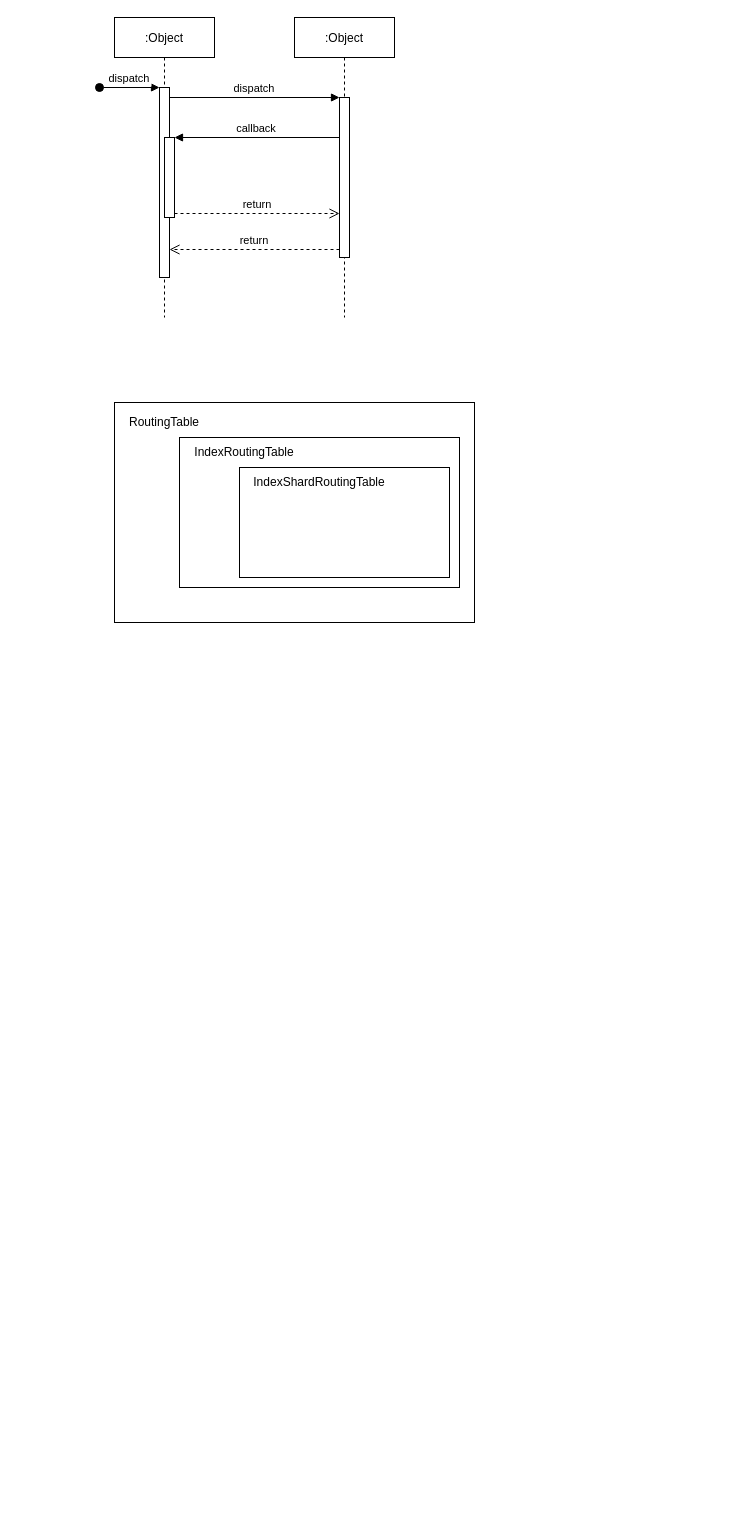
kingskipper/design keeps this draw.io diagram as elasticsearch/meta/meta_raw.drawio. Above is the earlier version. Source tidied: cells renumbered, new cells numbered last; positions are measured from the earlier drawing's top-left corner, leaving out a move shared by most shapes. Both pictures are drawn from the tidied source at 100%, with x=0, y=0 at pixel (99, 17).
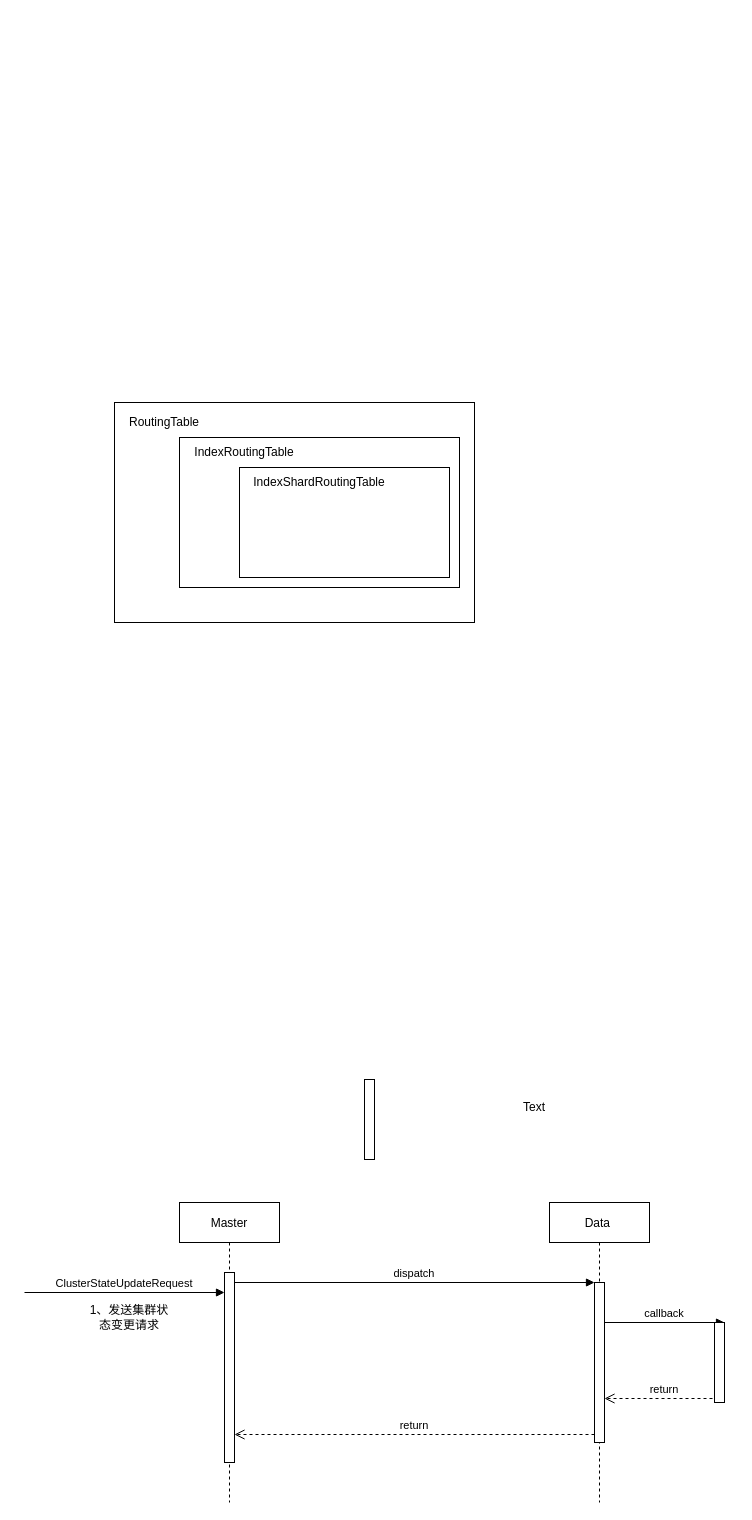
After the change.

Unchanged cells that the change refers to:
```xml
<mxCell id="3" style="points=[];perimeter=orthogonalPerimeter;rounded=0;shadow=0;strokeWidth=1;" parent="2" vertex="1">
  <mxGeometry x="45" y="70" width="10" height="190" as="geometry" />
</mxCell>
```

Diff of the diagram source:
```diff
@@
-    <mxCell id="2" value=":Object" style="shape=umlLifeline;perimeter=lifelinePerimeter;rounded=0;shadow=0;strokeWidth=1;" parent="1" vertex="1">
-      <mxGeometry x="15" width="100" height="300" as="geometry" />
+    <mxCell id="2" value="Master" style="shape=umlLifeline;perimeter=lifelinePerimeter;rounded=0;shadow=0;strokeWidth=1;" parent="1" vertex="1">
+      <mxGeometry x="80" y="1185" width="100" height="300" as="geometry" />
     </mxCell>
@@
-    <mxCell id="4" value="dispatch" style="verticalAlign=bottom;startArrow=oval;endArrow=block;startSize=8;shadow=0;strokeWidth=1;" parent="2" edge="1" target="3">
-      <mxGeometry relative="1" as="geometry">
-        <mxPoint x="-15" y="70" as="sourcePoint" />
-      </mxGeometry>
-    </mxCell>
-    <mxCell id="5" style="points=[];perimeter=orthogonalPerimeter;rounded=0;shadow=0;strokeWidth=1;" parent="2" vertex="1">
-      <mxGeometry x="50" y="120" width="10" height="80" as="geometry" />
-    </mxCell>
-    <mxCell id="6" value=":Object" style="shape=umlLifeline;perimeter=lifelinePerimeter;rounded=0;shadow=0;strokeWidth=1;" parent="1" vertex="1">
-      <mxGeometry x="195" width="100" height="300" as="geometry" />
+    <mxCell id="6" value="Data " style="shape=umlLifeline;perimeter=lifelinePerimeter;rounded=0;shadow=0;strokeWidth=1;" parent="1" vertex="1">
+      <mxGeometry x="450" y="1185" width="100" height="300" as="geometry" />
     </mxCell>
@@
+    <mxCell id="5" style="points=[];perimeter=orthogonalPerimeter;rounded=0;shadow=0;strokeWidth=1;" parent="1" vertex="1">
+      <mxGeometry x="615" y="1305" width="10" height="80" as="geometry" />
+    </mxCell>
+    <mxCell id="18" style="perimeter=orthogonalPerimeter;rounded=0;shadow=0;strokeWidth=1;" parent="1" vertex="1">
+      <mxGeometry x="265" y="1062" width="10" height="80" as="geometry" />
+    </mxCell>
+    <mxCell id="19" value="ClusterStateUpdateRequest" style="verticalAlign=bottom;endArrow=block;entryX=0;entryY=0;shadow=0;strokeWidth=1;" parent="1" edge="1">
+      <mxGeometry relative="1" as="geometry">
+        <mxPoint x="-75" y="1275" as="sourcePoint" />
+        <mxPoint x="125" y="1275" as="targetPoint" />
+      </mxGeometry>
+    </mxCell>
+    <mxCell id="20" value="Text" style="text;html=1;strokeColor=none;fillColor=none;align=center;verticalAlign=middle;whiteSpace=wrap;rounded=0;" parent="1" vertex="1">
+      <mxGeometry x="405" y="1075" width="60" height="30" as="geometry" />
+    </mxCell>
+    <mxCell id="21" value="1、发送集群状态变更请求" style="text;html=1;strokeColor=none;fillColor=none;align=center;verticalAlign=middle;whiteSpace=wrap;rounded=0;" parent="1" vertex="1">
+      <mxGeometry x="-15" y="1285" width="90" height="30" as="geometry" />
+    </mxCell>
```
